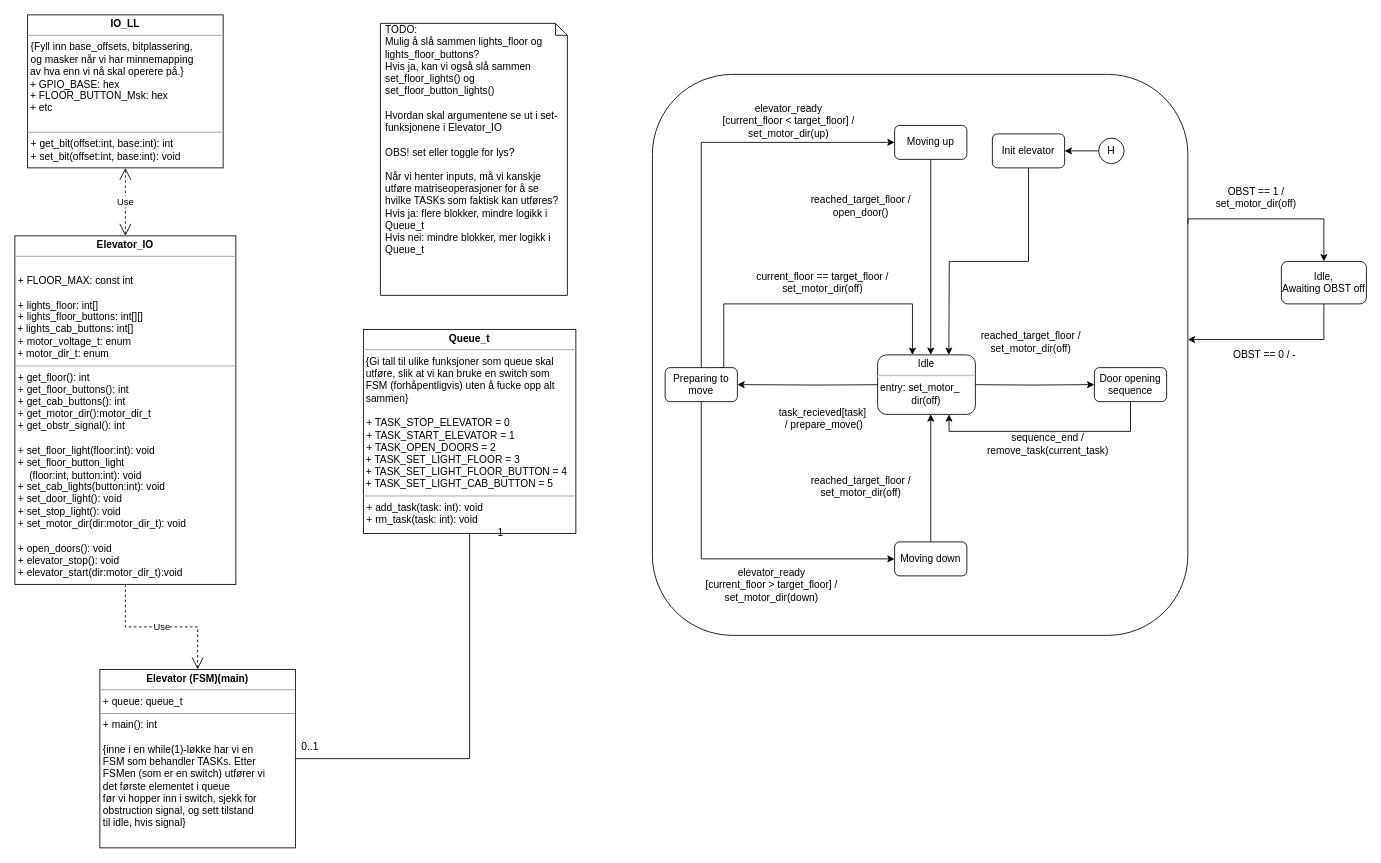
Earlier version of the draw.io diagram UML_Elevator.drawio (chrstrom/monkey_elevator). Source tidied: cells renumbered, new cells numbered last; positions are measured from the earlier drawing's top-left corner, leaving out a move shared by most shapes. Both pictures are drawn from the tidied source at 85%, with x=0, y=0 at pixel (14, 14).
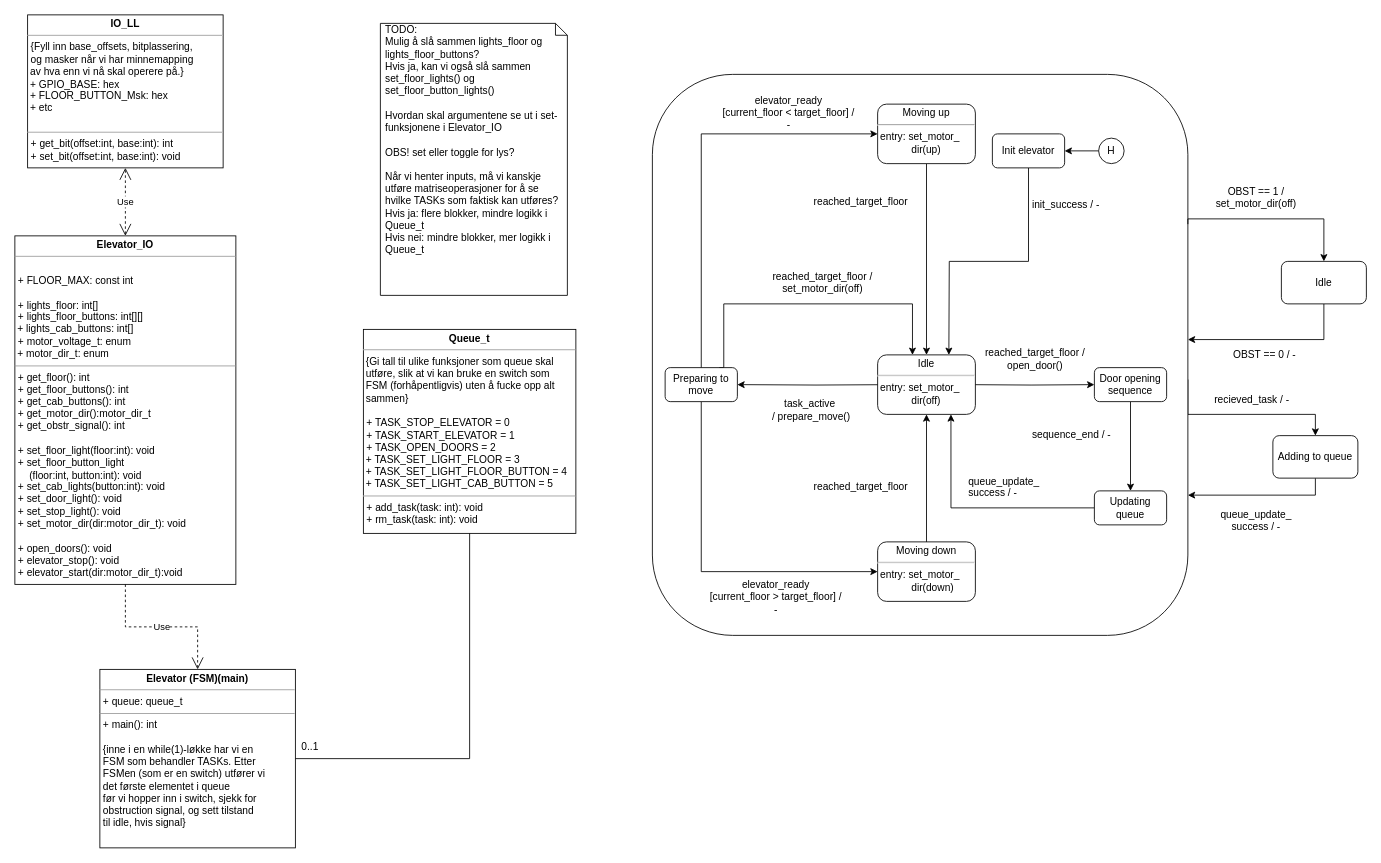
The same page after the edit.

The change refers to these unchanged cells:
```xml
<mxCell id="2" style="rounded=1;whiteSpace=wrap;html=1;shadow=0;glass=0;comic=0;" parent="1" vertex="1">
  <mxGeometry x="750" y="70" width="630" height="660" as="geometry" />
</mxCell>
<mxCell id="27" value="Preparing to move" style="rounded=1;whiteSpace=wrap;html=1;shadow=0;glass=0;comic=0;" parent="1" vertex="1">
  <mxGeometry x="765" y="415" width="85" height="40" as="geometry" />
</mxCell>
<mxCell id="29" value="Door opening sequence" style="rounded=1;whiteSpace=wrap;html=1;shadow=0;glass=0;comic=0;" parent="1" vertex="1">
  <mxGeometry x="1270" y="415" width="85" height="40" as="geometry" />
</mxCell>
<mxCell id="44" value="&lt;p style=&quot;margin: 4px 0px 0px&quot; align=&quot;center&quot;&gt;Idle&lt;br&gt;&lt;/p&gt;&lt;hr&gt;&lt;div&gt;&amp;nbsp;entry: set_motor_&lt;/div&gt;&lt;div&gt;&amp;nbsp;&amp;nbsp;&amp;nbsp;&amp;nbsp;&amp;nbsp;&amp;nbsp;&amp;nbsp;&amp;nbsp;&amp;nbsp;&amp;nbsp;&amp;nbsp; dir(off)&lt;br&gt;&lt;/div&gt;&lt;div&gt;&lt;br&gt;&lt;br&gt;&lt;/div&gt;" style="verticalAlign=top;align=left;overflow=fill;fontSize=12;fontFamily=Helvetica;html=1;shadow=0;glass=0;comic=0;rounded=1;" parent="1" vertex="1">
  <mxGeometry x="1015" y="400" width="115" height="70" as="geometry" />
</mxCell>
```

The edit, as a diff of the source:
```diff
@@
+    <mxCell id="45" style="edgeStyle=orthogonalEdgeStyle;rounded=0;jettySize=auto;html=1;entryX=0.5;entryY=0;entryDx=0;entryDy=0;" parent="1" edge="1" target="56">
+      <mxGeometry relative="1" as="geometry">
+        <mxPoint x="1380" y="429" as="sourcePoint" />
+        <Array as="points">
+          <mxPoint x="1380" y="470" />
+          <mxPoint x="1530" y="470" />
+        </Array>
+      </mxGeometry>
+    </mxCell>
@@
-    <mxCell id="12" value="1" style="text;html=1;align=center;verticalAlign=middle;" parent="1" vertex="1">
-      <mxGeometry x="561" y="600" width="20" height="20" as="geometry" />
-    </mxCell>
@@
-    <mxCell id="17" value="&lt;div&gt;Idle,&lt;br&gt;&lt;/div&gt;&lt;div&gt;Awaiting OBST off&lt;/div&gt;" style="rounded=1;whiteSpace=wrap;html=1;" parent="1" vertex="1">
+    <mxCell id="17" value="&lt;div&gt;Idle&lt;br&gt;&lt;/div&gt;" style="rounded=1;whiteSpace=wrap;html=1;" parent="1" vertex="1">
       <mxGeometry x="1490" y="290" width="100" height="50" as="geometry" />
     </mxCell>
@@
-    <mxCell id="24" style="edgeStyle=orthogonalEdgeStyle;rounded=0;jettySize=auto;html=1;exitX=0.5;exitY=0;exitDx=0;exitDy=0;entryX=0;entryY=0.5;entryDx=0;entryDy=0;" parent="1" edge="1" source="27" target="31">
-      <mxGeometry relative="1" as="geometry" />
-    </mxCell>
-    <mxCell id="25" style="edgeStyle=orthogonalEdgeStyle;rounded=0;jettySize=auto;html=1;exitX=0.5;exitY=1;exitDx=0;exitDy=0;entryX=0;entryY=0.5;entryDx=0;entryDy=0;" parent="1" edge="1" source="27" target="35">
-      <mxGeometry relative="1" as="geometry" />
-    </mxCell>
@@
+    <mxCell id="46" style="edgeStyle=orthogonalEdgeStyle;rounded=0;jettySize=auto;html=1;exitX=0.5;exitY=1;exitDx=0;exitDy=0;entryX=0;entryY=0.5;entryDx=0;entryDy=0;" parent="1" edge="1" source="27" target="54">
+      <mxGeometry relative="1" as="geometry" />
+    </mxCell>
+    <mxCell id="47" style="edgeStyle=orthogonalEdgeStyle;rounded=0;jettySize=auto;html=1;exitX=0.5;exitY=0;exitDx=0;exitDy=0;entryX=0;entryY=0.5;entryDx=0;entryDy=0;" parent="1" edge="1" source="27" target="52">
+      <mxGeometry relative="1" as="geometry" />
+    </mxCell>
@@
-    <mxCell id="28" style="edgeStyle=orthogonalEdgeStyle;rounded=0;jettySize=auto;html=1;exitX=0.5;exitY=1;exitDx=0;exitDy=0;entryX=0.75;entryY=1;entryDx=0;entryDy=0;" parent="1" edge="1" source="29">
-      <mxGeometry relative="1" as="geometry">
-        <mxPoint x="1099" y="470" as="targetPoint" />
-        <Array as="points">
-          <mxPoint x="1313" y="490" />
-          <mxPoint x="1099" y="490" />
-        </Array>
-      </mxGeometry>
-    </mxCell>
+    <mxCell id="48" style="edgeStyle=orthogonalEdgeStyle;rounded=0;jettySize=auto;html=1;exitX=0.5;exitY=1;exitDx=0;exitDy=0;entryX=0.5;entryY=0;entryDx=0;entryDy=0;" parent="1" edge="1" source="29" target="50">
+      <mxGeometry relative="1" as="geometry" />
+    </mxCell>
@@
-    <mxCell id="30" style="edgeStyle=orthogonalEdgeStyle;rounded=0;jettySize=auto;html=1;exitX=0.5;exitY=1;exitDx=0;exitDy=0;" parent="1" edge="1" source="31">
-      <mxGeometry relative="1" as="geometry">
-        <mxPoint x="1077.5" y="400" as="targetPoint" />
-      </mxGeometry>
-    </mxCell>
-    <mxCell id="31" value="Moving up" style="rounded=1;whiteSpace=wrap;html=1;shadow=0;glass=0;comic=0;" parent="1" vertex="1">
-      <mxGeometry x="1035" y="130" width="85" height="40" as="geometry" />
-    </mxCell>
+    <mxCell id="49" style="edgeStyle=orthogonalEdgeStyle;rounded=0;jettySize=auto;html=1;exitX=0;exitY=0.5;exitDx=0;exitDy=0;entryX=0.75;entryY=1;entryDx=0;entryDy=0;" parent="1" edge="1" source="50" target="44">
+      <mxGeometry relative="1" as="geometry" />
+    </mxCell>
+    <mxCell id="50" value="Updating queue" style="rounded=1;whiteSpace=wrap;html=1;shadow=0;glass=0;comic=0;" parent="1" vertex="1">
+      <mxGeometry x="1270" y="560" width="85" height="40" as="geometry" />
+    </mxCell>
@@
-    <mxCell id="34" style="edgeStyle=orthogonalEdgeStyle;rounded=0;jettySize=auto;html=1;exitX=0.5;exitY=0;exitDx=0;exitDy=0;entryX=0.5;entryY=1;entryDx=0;entryDy=0;" parent="1" edge="1" source="35">
-      <mxGeometry relative="1" as="geometry">
-        <mxPoint x="1077.5" y="470" as="targetPoint" />
-      </mxGeometry>
-    </mxCell>
-    <mxCell id="35" value="Moving down" style="rounded=1;whiteSpace=wrap;html=1;shadow=0;glass=0;comic=0;" parent="1" vertex="1">
-      <mxGeometry x="1035" y="620" width="85" height="40" as="geometry" />
-    </mxCell>
-    <mxCell id="36" value="&lt;div&gt;reached_target_floor /&lt;/div&gt;&lt;div&gt;set_motor_dir(off)&lt;br&gt; &lt;/div&gt;" style="text;html=1;align=center;verticalAlign=middle;" parent="1" vertex="1">
-      <mxGeometry x="920" y="540" width="150" height="30" as="geometry" />
+    <mxCell id="36" value="&lt;div&gt;reached_target_floor&lt;br&gt;&lt;/div&gt;" style="text;html=1;align=center;verticalAlign=middle;" parent="1" vertex="1">
+      <mxGeometry x="925" y="545" width="140" height="20" as="geometry" />
     </mxCell>
     <mxCell id="37" value="&lt;div&gt;reached_target_floor / &lt;br&gt;&lt;/div&gt;&lt;div&gt;open_door()&lt;br&gt;&lt;/div&gt;" style="text;html=1;align=center;verticalAlign=middle;" parent="1" vertex="1">
-      <mxGeometry x="920" y="210" width="150" height="30" as="geometry" />
+      <mxGeometry x="1125" y="390" width="150" height="30" as="geometry" />
     </mxCell>
-    <mxCell id="38" value="&lt;div&gt;task_recieved[task]&lt;/div&gt;&amp;nbsp;/ prepare_move()" style="text;html=1;align=center;verticalAlign=middle;" parent="1" vertex="1">
-      <mxGeometry x="885" y="460" width="130" height="30" as="geometry" />
+    <mxCell id="38" value="&lt;div&gt;task_active&lt;br&gt;&lt;/div&gt;&amp;nbsp;/ prepare_move()" style="text;html=1;align=center;verticalAlign=middle;" parent="1" vertex="1">
+      <mxGeometry x="875" y="450" width="120" height="30" as="geometry" />
     </mxCell>
-    <mxCell id="39" value="&lt;div&gt;reached_target_floor /&lt;/div&gt;&lt;div&gt;set_motor_dir(off)&lt;br&gt; &lt;/div&gt;" style="text;html=1;align=center;verticalAlign=middle;" parent="1" vertex="1">
-      <mxGeometry x="1120" y="370" width="150" height="30" as="geometry" />
+    <mxCell id="39" value="&lt;div&gt;reached_target_floor&lt;br&gt;&lt;/div&gt;" style="text;html=1;align=center;verticalAlign=middle;" parent="1" vertex="1">
+      <mxGeometry x="925" y="210" width="140" height="20" as="geometry" />
     </mxCell>
-    <mxCell id="40" value="&lt;div&gt;elevator_ready&lt;/div&gt;&lt;div&gt;[current_floor &amp;lt; target_floor] / &lt;br&gt;&lt;/div&gt;&lt;div&gt;set_motor_dir(up)&lt;/div&gt;" style="text;html=1;align=center;verticalAlign=middle;" parent="1" vertex="1">
-      <mxGeometry x="810" y="100" width="200" height="50" as="geometry" />
+    <mxCell id="40" value="&lt;div&gt;elevator_ready&lt;/div&gt;&lt;div&gt;[current_floor &amp;lt; target_floor] / &lt;br&gt;&lt;/div&gt;&lt;div&gt;-&lt;/div&gt;" style="text;html=1;align=center;verticalAlign=middle;" parent="1" vertex="1">
+      <mxGeometry x="810" y="90" width="200" height="50" as="geometry" />
     </mxCell>
-    <mxCell id="41" value="&lt;div&gt;elevator_ready&lt;/div&gt;&lt;div&gt;[current_floor &amp;gt; target_floor] / &lt;br&gt;&lt;/div&gt;&lt;div&gt;set_motor_dir(down)&lt;/div&gt;" style="text;html=1;align=center;verticalAlign=middle;" parent="1" vertex="1">
-      <mxGeometry x="790" y="646" width="200" height="50" as="geometry" />
+    <mxCell id="41" value="&lt;div&gt;elevator_ready&lt;/div&gt;&lt;div&gt;[current_floor &amp;gt; target_floor] / &lt;br&gt;&lt;/div&gt;-" style="text;html=1;align=center;verticalAlign=middle;" parent="1" vertex="1">
+      <mxGeometry x="795" y="660" width="200" height="50" as="geometry" />
     </mxCell>
-    <mxCell id="42" value="&lt;div&gt;current_floor == target_floor /&lt;/div&gt;&lt;div&gt;set_motor_dir(off)&lt;br&gt;&lt;/div&gt;" style="text;html=1;align=center;verticalAlign=middle;" parent="1" vertex="1">
-      <mxGeometry x="850" y="300" width="200" height="30" as="geometry" />
+    <mxCell id="42" value="&lt;div&gt;reached_target_floor /&lt;/div&gt;&lt;div&gt;set_motor_dir(off)&lt;br&gt;&lt;/div&gt;" style="text;html=1;align=center;verticalAlign=middle;" parent="1" vertex="1">
+      <mxGeometry x="875" y="300" width="150" height="30" as="geometry" />
     </mxCell>
-    <mxCell id="43" value="&lt;div&gt;sequence_end /&lt;/div&gt;&lt;div&gt;remove_task(current_task)&lt;br&gt;&lt;/div&gt;" style="text;html=1;align=center;verticalAlign=middle;" parent="1" vertex="1">
-      <mxGeometry x="1125" y="490" width="180" height="30" as="geometry" />
-    </mxCell>
@@
+    <mxCell id="51" style="edgeStyle=orthogonalEdgeStyle;rounded=0;jettySize=auto;html=1;exitX=0.5;exitY=1;exitDx=0;exitDy=0;entryX=0.5;entryY=0;entryDx=0;entryDy=0;" parent="1" edge="1" source="52" target="44">
+      <mxGeometry relative="1" as="geometry" />
+    </mxCell>
+    <mxCell id="52" value="&lt;p style=&quot;margin: 4px 0px 0px&quot; align=&quot;center&quot;&gt;Moving up&lt;br&gt;&lt;/p&gt;&lt;hr&gt;&lt;div&gt;&amp;nbsp;entry: set_motor_&lt;/div&gt;&lt;div&gt;&amp;nbsp;&amp;nbsp;&amp;nbsp;&amp;nbsp;&amp;nbsp;&amp;nbsp;&amp;nbsp;&amp;nbsp;&amp;nbsp;&amp;nbsp;&amp;nbsp; dir(up)&lt;br&gt;&lt;/div&gt;&lt;div&gt;&lt;br&gt;&lt;br&gt;&lt;/div&gt;" style="verticalAlign=top;align=left;overflow=fill;fontSize=12;fontFamily=Helvetica;html=1;shadow=0;glass=0;comic=0;rounded=1;" parent="1" vertex="1">
+      <mxGeometry x="1015" y="105" width="115" height="70" as="geometry" />
+    </mxCell>
+    <mxCell id="53" style="edgeStyle=orthogonalEdgeStyle;rounded=0;jettySize=auto;html=1;exitX=0.5;exitY=0;exitDx=0;exitDy=0;entryX=0.5;entryY=1;entryDx=0;entryDy=0;" parent="1" edge="1" source="54" target="44">
+      <mxGeometry relative="1" as="geometry" />
+    </mxCell>
+    <mxCell id="54" value="&lt;p style=&quot;margin: 4px 0px 0px&quot; align=&quot;center&quot;&gt;Moving down&lt;br&gt;&lt;/p&gt;&lt;hr&gt;&lt;div&gt;&amp;nbsp;entry: set_motor_&lt;/div&gt;&lt;div&gt;&amp;nbsp;&amp;nbsp;&amp;nbsp;&amp;nbsp;&amp;nbsp;&amp;nbsp;&amp;nbsp;&amp;nbsp;&amp;nbsp;&amp;nbsp;&amp;nbsp; dir(down)&lt;br&gt;&lt;/div&gt;&lt;div&gt;&lt;br&gt;&lt;br&gt;&lt;/div&gt;" style="verticalAlign=top;align=left;overflow=fill;fontSize=12;fontFamily=Helvetica;html=1;shadow=0;glass=0;comic=0;rounded=1;" parent="1" vertex="1">
+      <mxGeometry x="1015" y="620" width="115" height="70" as="geometry" />
+    </mxCell>
+    <mxCell id="55" style="edgeStyle=orthogonalEdgeStyle;rounded=0;jettySize=auto;html=1;exitX=0.5;exitY=1;exitDx=0;exitDy=0;entryX=1;entryY=0.75;entryDx=0;entryDy=0;" parent="1" edge="1" source="56" target="2">
+      <mxGeometry relative="1" as="geometry" />
+    </mxCell>
+    <mxCell id="56" value="Adding to queue" style="rounded=1;whiteSpace=wrap;html=1;" parent="1" vertex="1">
+      <mxGeometry x="1480" y="495" width="100" height="50" as="geometry" />
+    </mxCell>
+    <mxCell id="57" value="recieved_task / - " style="text;html=1;align=center;verticalAlign=middle;" parent="1" vertex="1">
+      <mxGeometry x="1400" y="443" width="110" height="20" as="geometry" />
+    </mxCell>
+    <mxCell id="58" value="&lt;div&gt;queue_update_&lt;/div&gt;&lt;div&gt;success / -&lt;/div&gt;" style="text;html=1;align=center;verticalAlign=middle;" parent="1" vertex="1">
+      <mxGeometry x="1405" y="580" width="110" height="30" as="geometry" />
+    </mxCell>
+    <mxCell id="59" value="sequence_end / -" style="text;html=1;" parent="1" vertex="1">
+      <mxGeometry x="1195" y="480" width="110" height="30" as="geometry" />
+    </mxCell>
+    <mxCell id="60" value="&lt;div&gt;queue_update_&lt;/div&gt;&lt;div&gt;success / -&lt;/div&gt;" style="text;html=1;" parent="1" vertex="1">
+      <mxGeometry x="1120" y="535" width="110" height="30" as="geometry" />
+    </mxCell>
+    <mxCell id="61" value="&lt;div&gt;init_success / -&lt;/div&gt;" style="text;html=1;" parent="1" vertex="1">
+      <mxGeometry x="1195" y="210" width="100" height="30" as="geometry" />
+    </mxCell>
```
